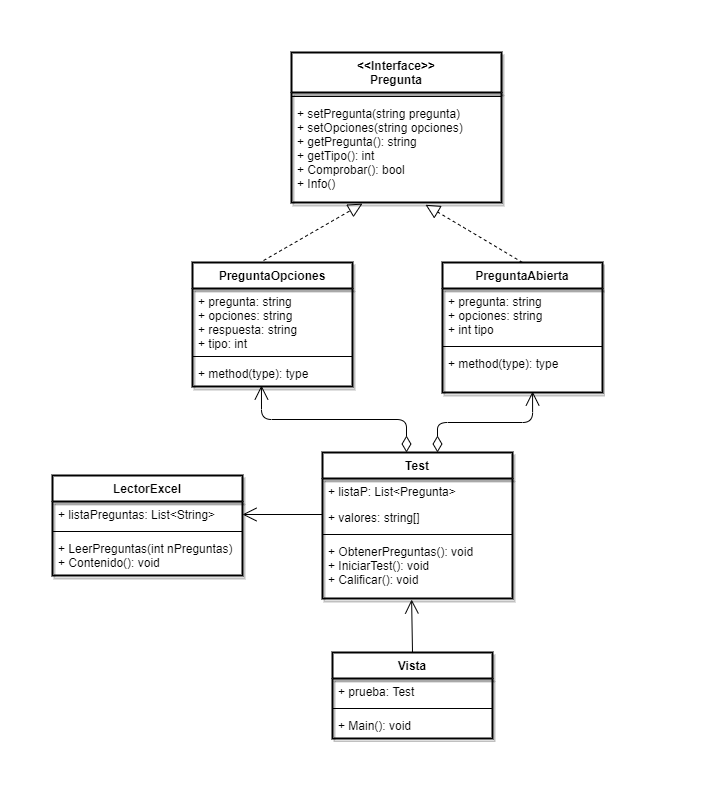
The draw.io diagram DiseñoTest.png in cesar7391/POO2, before a commit. Source tidied: cells renumbered, new cells last; positions are measured from the earlier drawing's top-left corner, leaving out a move shared by most shapes. Its diagram source:
```xml
<mxGraphModel>
  <root>
    <mxCell id="0" />
    <mxCell id="1" parent="0" />
    <mxCell id="2" value="PreguntaOpciones" style="swimlane;fontStyle=1;align=center;verticalAlign=top;horizontal=1;startSize=26;strokeWidth=2;swimlaneFillColor=none;rounded=0;shadow=1;" parent="1" vertex="1">
      <mxGeometry x="140" y="210" width="160" height="124" as="geometry" />
    </mxCell>
    <mxCell id="3" value="+ pregunta: string&#10;+ opciones: string&#10;+ respuesta: string &#10;+ tipo: int" style="text;strokeColor=none;fillColor=none;align=left;verticalAlign=top;spacingLeft=4;spacingRight=4;overflow=hidden;" parent="2" vertex="1">
      <mxGeometry y="26" width="160" height="64" as="geometry" />
    </mxCell>
    <mxCell id="4" style="line;strokeWidth=1;fillColor=none;align=left;verticalAlign=middle;spacingTop=-1;spacingLeft=3;spacingRight=3;labelPosition=right;" parent="2" vertex="1">
      <mxGeometry y="90" width="160" height="8" as="geometry" />
    </mxCell>
    <mxCell id="5" value="+ method(type): type" style="text;strokeColor=none;fillColor=none;align=left;verticalAlign=top;spacingLeft=4;spacingRight=4;overflow=hidden;points=[[0,0.5],[1,0.5]];portConstraint=eastwest;" parent="2" vertex="1">
      <mxGeometry y="98" width="160" height="26" as="geometry" />
    </mxCell>
    <mxCell id="6" value="PreguntaAbierta&#10;" style="swimlane;fontStyle=1;align=center;verticalAlign=top;horizontal=1;startSize=26;strokeWidth=2;shadow=1;" parent="1" vertex="1">
      <mxGeometry x="390" y="210" width="160" height="130" as="geometry" />
    </mxCell>
    <mxCell id="7" value="+ pregunta: string&#10;+ opciones: string&#10;+ int tipo&#10;" style="text;strokeColor=none;fillColor=none;align=left;verticalAlign=top;spacingLeft=4;spacingRight=4;overflow=hidden;" parent="6" vertex="1">
      <mxGeometry y="26" width="160" height="54" as="geometry" />
    </mxCell>
    <mxCell id="8" style="line;strokeWidth=1;fillColor=none;align=left;verticalAlign=middle;spacingTop=-1;spacingLeft=3;spacingRight=3;labelPosition=right;" parent="6" vertex="1">
      <mxGeometry y="80" width="160" height="8" as="geometry" />
    </mxCell>
    <mxCell id="9" value="+ method(type): type" style="text;strokeColor=none;fillColor=none;align=left;verticalAlign=top;spacingLeft=4;spacingRight=4;overflow=hidden;points=[[0,0.5],[1,0.5]];portConstraint=eastwest;" parent="6" vertex="1">
      <mxGeometry y="88" width="160" height="42" as="geometry" />
    </mxCell>
    <mxCell id="10" value="&lt;&lt;Interface&gt;&gt;&#10;Pregunta" style="swimlane;fontStyle=1;align=center;verticalAlign=top;horizontal=1;startSize=40;strokeWidth=2;shadow=1;" parent="1" vertex="1">
      <mxGeometry x="239" width="210" height="150" as="geometry" />
    </mxCell>
    <mxCell id="11" style="line;strokeWidth=1;fillColor=none;align=left;verticalAlign=middle;spacingTop=-1;spacingLeft=3;spacingRight=3;labelPosition=right;" parent="10" vertex="1">
      <mxGeometry y="40" width="210" height="8" as="geometry" />
    </mxCell>
    <mxCell id="12" value="+ setPregunta(string pregunta)&#10;+ setOpciones(string opciones)&#10;+ getPregunta(): string&#10;+ getTipo(): int&#10;+ Comprobar(): bool&#10;+ Info()" style="text;strokeColor=none;fillColor=none;align=left;verticalAlign=top;spacingLeft=4;spacingRight=4;overflow=hidden;points=[[0,0.5],[1,0.5]];portConstraint=eastwest;" parent="10" vertex="1">
      <mxGeometry y="48" width="210" height="102" as="geometry" />
    </mxCell>
    <mxCell id="13" value="LectorExcel" style="swimlane;fontStyle=1;align=center;verticalAlign=top;horizontal=1;startSize=26;strokeWidth=2;shadow=1;" parent="1" vertex="1">
      <mxGeometry y="423" width="190" height="100" as="geometry" />
    </mxCell>
    <mxCell id="14" value="+ listaPreguntas: List&lt;String&gt;" style="text;strokeColor=none;fillColor=none;align=left;verticalAlign=top;spacingLeft=4;spacingRight=4;overflow=hidden;" parent="13" vertex="1">
      <mxGeometry y="26" width="190" height="26" as="geometry" />
    </mxCell>
    <mxCell id="15" style="line;strokeWidth=1;fillColor=none;align=left;verticalAlign=middle;spacingTop=-1;spacingLeft=3;spacingRight=3;labelPosition=right;" parent="13" vertex="1">
      <mxGeometry y="52" width="190" height="8" as="geometry" />
    </mxCell>
    <mxCell id="16" value="+ LeerPreguntas(int nPreguntas)&#10;+ Contenido(): void&#10;" style="text;strokeColor=none;fillColor=none;align=left;verticalAlign=top;spacingLeft=4;spacingRight=4;overflow=hidden;" parent="13" vertex="1">
      <mxGeometry y="60" width="190" height="40" as="geometry" />
    </mxCell>
    <mxCell id="17" value="Test" style="swimlane;fontStyle=1;align=center;verticalAlign=top;horizontal=1;startSize=26;strokeWidth=2;shadow=1;" parent="1" vertex="1">
      <mxGeometry x="270" y="400" width="190" height="146" as="geometry" />
    </mxCell>
    <mxCell id="18" value="+ listaP: List&lt;Pregunta&gt;" style="text;strokeColor=none;fillColor=none;align=left;verticalAlign=top;spacingLeft=4;spacingRight=4;overflow=hidden;" parent="17" vertex="1">
      <mxGeometry y="26" width="190" height="26" as="geometry" />
    </mxCell>
    <mxCell id="19" value="+ valores: string[]" style="text;strokeColor=none;fillColor=none;align=left;verticalAlign=top;spacingLeft=4;spacingRight=4;overflow=hidden;" parent="17" vertex="1">
      <mxGeometry y="52" width="190" height="26" as="geometry" />
    </mxCell>
    <mxCell id="20" style="line;strokeWidth=1;fillColor=none;align=left;verticalAlign=middle;spacingTop=-1;spacingLeft=3;spacingRight=3;labelPosition=right;" parent="17" vertex="1">
      <mxGeometry y="78" width="190" height="8" as="geometry" />
    </mxCell>
    <mxCell id="21" value="+ ObtenerPreguntas(): void&#10;+ IniciarTest(): void&#10;+ Calificar(): void&#10;&#10;" style="text;strokeColor=none;fillColor=none;align=left;verticalAlign=top;spacingLeft=4;spacingRight=4;overflow=hidden;points=[[0,0.5],[1,0.5]];portConstraint=eastwest;" parent="17" vertex="1">
      <mxGeometry y="86" width="190" height="60" as="geometry" />
    </mxCell>
    <mxCell id="22" style="endArrow=block;dashed=1;endFill=0;endSize=12;html=1;exitX=0.444;exitY=-0.016;exitDx=0;exitDy=0;exitPerimeter=0;entryX=0.338;entryY=1.011;entryDx=0;entryDy=0;entryPerimeter=0;" parent="1" edge="1" source="2" target="12">
      <mxGeometry relative="1" as="geometry" />
    </mxCell>
    <mxCell id="23" style="endArrow=block;dashed=1;endFill=0;endSize=12;html=1;entryX=0.638;entryY=1.022;entryDx=0;entryDy=0;entryPerimeter=0;exitX=0.5;exitY=0;exitDx=0;exitDy=0;" parent="1" edge="1" source="6" target="12">
      <mxGeometry relative="1" as="geometry" />
    </mxCell>
    <mxCell id="24" style="endArrow=open;endFill=1;endSize=12;html=1;" parent="1" edge="1">
      <mxGeometry relative="1" as="geometry">
        <mxPoint x="270" y="462" as="sourcePoint" />
        <mxPoint x="190" y="462" as="targetPoint" />
      </mxGeometry>
    </mxCell>
    <mxCell id="25" style="endArrow=open;html=1;endSize=12;startArrow=diamondThin;startSize=14;startFill=0;edgeStyle=orthogonalEdgeStyle;align=left;verticalAlign=bottom;entryX=0.431;entryY=0.962;entryDx=0;entryDy=0;entryPerimeter=0;" parent="1" edge="1" source="17" target="5">
      <mxGeometry x="-1" y="3" relative="1" as="geometry">
        <Array as="points">
          <mxPoint x="354" y="367" />
          <mxPoint x="209" y="367" />
        </Array>
      </mxGeometry>
    </mxCell>
    <mxCell id="26" style="endArrow=open;html=1;endSize=12;startArrow=diamondThin;startSize=14;startFill=0;edgeStyle=orthogonalEdgeStyle;align=left;verticalAlign=bottom;entryX=0.563;entryY=0.976;entryDx=0;entryDy=0;entryPerimeter=0;" parent="1" edge="1" target="9">
      <mxGeometry x="-1" y="3" relative="1" as="geometry">
        <mxPoint x="385" y="400" as="sourcePoint" />
      </mxGeometry>
    </mxCell>
    <mxCell id="27" value="Vista" style="swimlane;fontStyle=1;align=center;verticalAlign=top;horizontal=1;startSize=26;strokeWidth=2;shadow=1;" parent="1" vertex="1">
      <mxGeometry x="280" y="600" width="160" height="86" as="geometry" />
    </mxCell>
    <mxCell id="28" value="+ prueba: Test" style="text;strokeColor=none;fillColor=none;align=left;verticalAlign=top;spacingLeft=4;spacingRight=4;overflow=hidden;" parent="27" vertex="1">
      <mxGeometry y="26" width="160" height="26" as="geometry" />
    </mxCell>
    <mxCell id="29" style="line;strokeWidth=1;fillColor=none;align=left;verticalAlign=middle;spacingTop=-1;spacingLeft=3;spacingRight=3;labelPosition=right;" parent="27" vertex="1">
      <mxGeometry y="52" width="160" height="8" as="geometry" />
    </mxCell>
    <mxCell id="30" value="+ Main(): void" style="text;strokeColor=none;fillColor=none;align=left;verticalAlign=top;spacingLeft=4;spacingRight=4;overflow=hidden;" parent="27" vertex="1">
      <mxGeometry y="60" width="160" height="26" as="geometry" />
    </mxCell>
    <mxCell id="31" style="endArrow=open;endFill=1;endSize=12;html=1;exitX=0.5;exitY=0;exitDx=0;exitDy=0;entryX=0.469;entryY=1.017;entryDx=0;entryDy=0;entryPerimeter=0;" parent="1" edge="1" source="27" target="21">
      <mxGeometry relative="1" as="geometry" />
    </mxCell>
  </root>
</mxGraphModel>
```
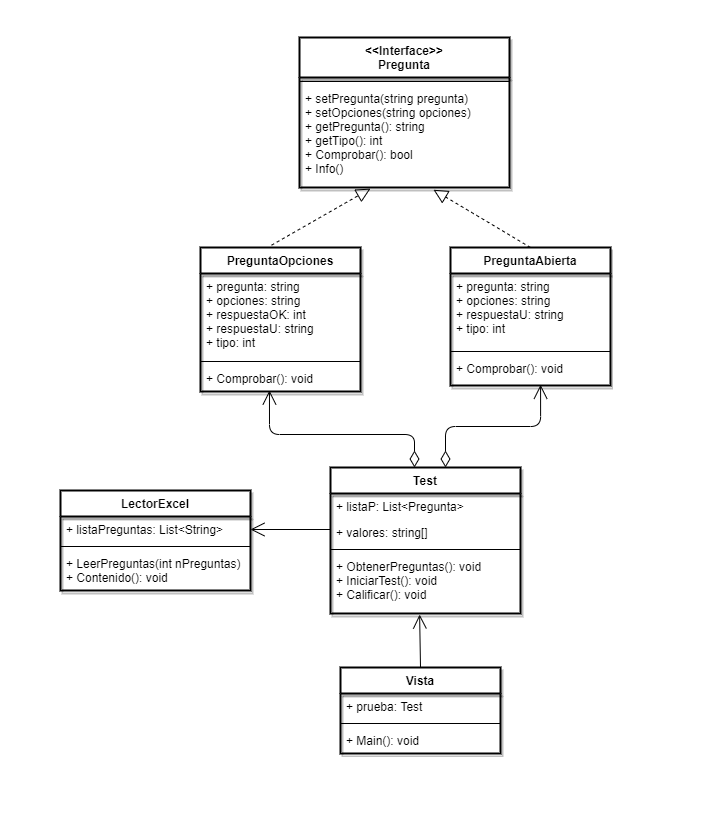
The same diagram one commit later.

Commit message:
Diagrama actualizado

Change to the diagram source:
```diff
@@ -3,31 +3,31 @@
     <mxCell id="0" />
     <mxCell id="1" parent="0" />
     <mxCell id="2" value="PreguntaOpciones" style="swimlane;fontStyle=1;align=center;verticalAlign=top;horizontal=1;startSize=26;strokeWidth=2;swimlaneFillColor=none;rounded=0;shadow=1;" parent="1" vertex="1">
-      <mxGeometry x="140" y="210" width="160" height="124" as="geometry" />
+      <mxGeometry x="140" y="180" width="160" height="144" as="geometry" />
     </mxCell>
-    <mxCell id="3" value="+ pregunta: string&#10;+ opciones: string&#10;+ respuesta: string &#10;+ tipo: int" style="text;strokeColor=none;fillColor=none;align=left;verticalAlign=top;spacingLeft=4;spacingRight=4;overflow=hidden;" parent="2" vertex="1">
-      <mxGeometry y="26" width="160" height="64" as="geometry" />
+    <mxCell id="3" value="+ pregunta: string&#10;+ opciones: string&#10;+ respuestaOK: int&#10;+ respuestaU: string &#10;+ tipo: int" style="text;strokeColor=none;fillColor=none;align=left;verticalAlign=top;spacingLeft=4;spacingRight=4;overflow=hidden;" parent="2" vertex="1">
+      <mxGeometry y="26" width="160" height="84" as="geometry" />
     </mxCell>
     <mxCell id="4" style="line;strokeWidth=1;fillColor=none;align=left;verticalAlign=middle;spacingTop=-1;spacingLeft=3;spacingRight=3;labelPosition=right;" parent="2" vertex="1">
-      <mxGeometry y="90" width="160" height="8" as="geometry" />
+      <mxGeometry y="110" width="160" height="8" as="geometry" />
     </mxCell>
-    <mxCell id="5" value="+ method(type): type" style="text;strokeColor=none;fillColor=none;align=left;verticalAlign=top;spacingLeft=4;spacingRight=4;overflow=hidden;points=[[0,0.5],[1,0.5]];portConstraint=eastwest;" parent="2" vertex="1">
-      <mxGeometry y="98" width="160" height="26" as="geometry" />
+    <mxCell id="5" value="+ Comprobar(): void&#10;" style="text;strokeColor=none;fillColor=none;align=left;verticalAlign=top;spacingLeft=4;spacingRight=4;overflow=hidden;points=[[0,0.5],[1,0.5]];portConstraint=eastwest;" parent="2" vertex="1">
+      <mxGeometry y="118" width="160" height="26" as="geometry" />
     </mxCell>
     <mxCell id="6" value="PreguntaAbierta&#10;" style="swimlane;fontStyle=1;align=center;verticalAlign=top;horizontal=1;startSize=26;strokeWidth=2;shadow=1;" parent="1" vertex="1">
-      <mxGeometry x="390" y="210" width="160" height="130" as="geometry" />
+      <mxGeometry x="390" y="180" width="160" height="138" as="geometry" />
     </mxCell>
-    <mxCell id="7" value="+ pregunta: string&#10;+ opciones: string&#10;+ int tipo&#10;" style="text;strokeColor=none;fillColor=none;align=left;verticalAlign=top;spacingLeft=4;spacingRight=4;overflow=hidden;" parent="6" vertex="1">
-      <mxGeometry y="26" width="160" height="54" as="geometry" />
+    <mxCell id="7" value="+ pregunta: string&#10;+ opciones: string&#10;+ respuestaU: string&#10;+ tipo: int&#10;" style="text;strokeColor=none;fillColor=none;align=left;verticalAlign=top;spacingLeft=4;spacingRight=4;overflow=hidden;" parent="6" vertex="1">
+      <mxGeometry y="26" width="160" height="74" as="geometry" />
     </mxCell>
     <mxCell id="8" style="line;strokeWidth=1;fillColor=none;align=left;verticalAlign=middle;spacingTop=-1;spacingLeft=3;spacingRight=3;labelPosition=right;" parent="6" vertex="1">
-      <mxGeometry y="80" width="160" height="8" as="geometry" />
+      <mxGeometry y="100" width="160" height="8" as="geometry" />
     </mxCell>
-    <mxCell id="9" value="+ method(type): type" style="text;strokeColor=none;fillColor=none;align=left;verticalAlign=top;spacingLeft=4;spacingRight=4;overflow=hidden;points=[[0,0.5],[1,0.5]];portConstraint=eastwest;" parent="6" vertex="1">
-      <mxGeometry y="88" width="160" height="42" as="geometry" />
+    <mxCell id="9" value="+ Comprobar(): void" style="text;strokeColor=none;fillColor=none;align=left;verticalAlign=top;spacingLeft=4;spacingRight=4;overflow=hidden;points=[[0,0.5],[1,0.5]];portConstraint=eastwest;" parent="6" vertex="1">
+      <mxGeometry y="108" width="160" height="30" as="geometry" />
     </mxCell>
     <mxCell id="10" value="&lt;&lt;Interface&gt;&gt;&#10;Pregunta" style="swimlane;fontStyle=1;align=center;verticalAlign=top;horizontal=1;startSize=40;strokeWidth=2;shadow=1;" parent="1" vertex="1">
-      <mxGeometry x="239" width="210" height="150" as="geometry" />
+      <mxGeometry x="239" y="-30" width="210" height="150" as="geometry" />
     </mxCell>
     <mxCell id="11" style="line;strokeWidth=1;fillColor=none;align=left;verticalAlign=middle;spacingTop=-1;spacingLeft=3;spacingRight=3;labelPosition=right;" parent="10" vertex="1">
       <mxGeometry y="40" width="210" height="8" as="geometry" />
```
